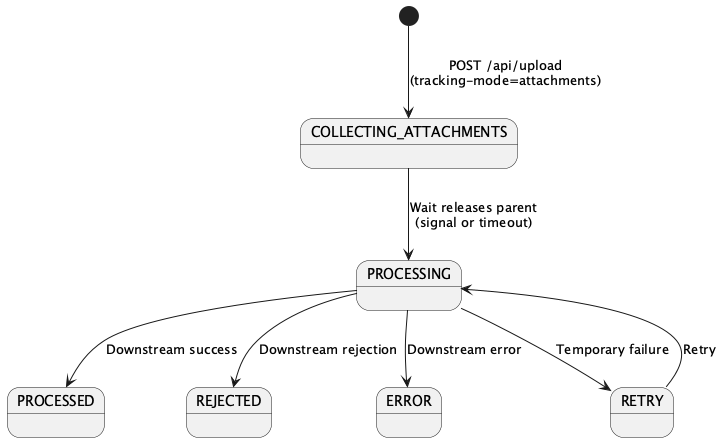
cuioss/nifi-extensions keeps this PlantUML diagram as doc/plantuml/attachment-status-lifecycle.png. Above is the earlier version.
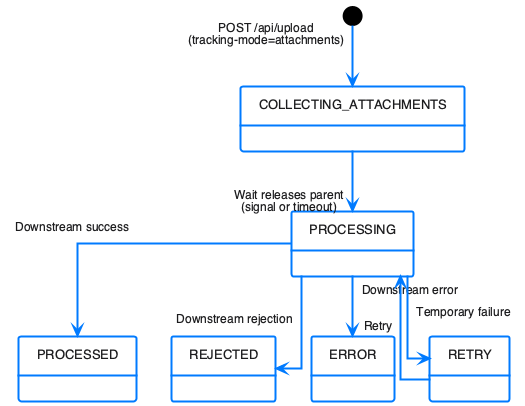
Above is the later version.

The edit, as a diff of the source:
```diff
@@ -1,4 +1,5 @@
 @startuml
+!include plantuml.skin
 [*] --> COLLECTING_ATTACHMENTS : POST /api/upload\n(tracking-mode=attachments)
 COLLECTING_ATTACHMENTS --> PROCESSING : Wait releases parent\n(signal or timeout)
 PROCESSING --> PROCESSED : Downstream success
```
